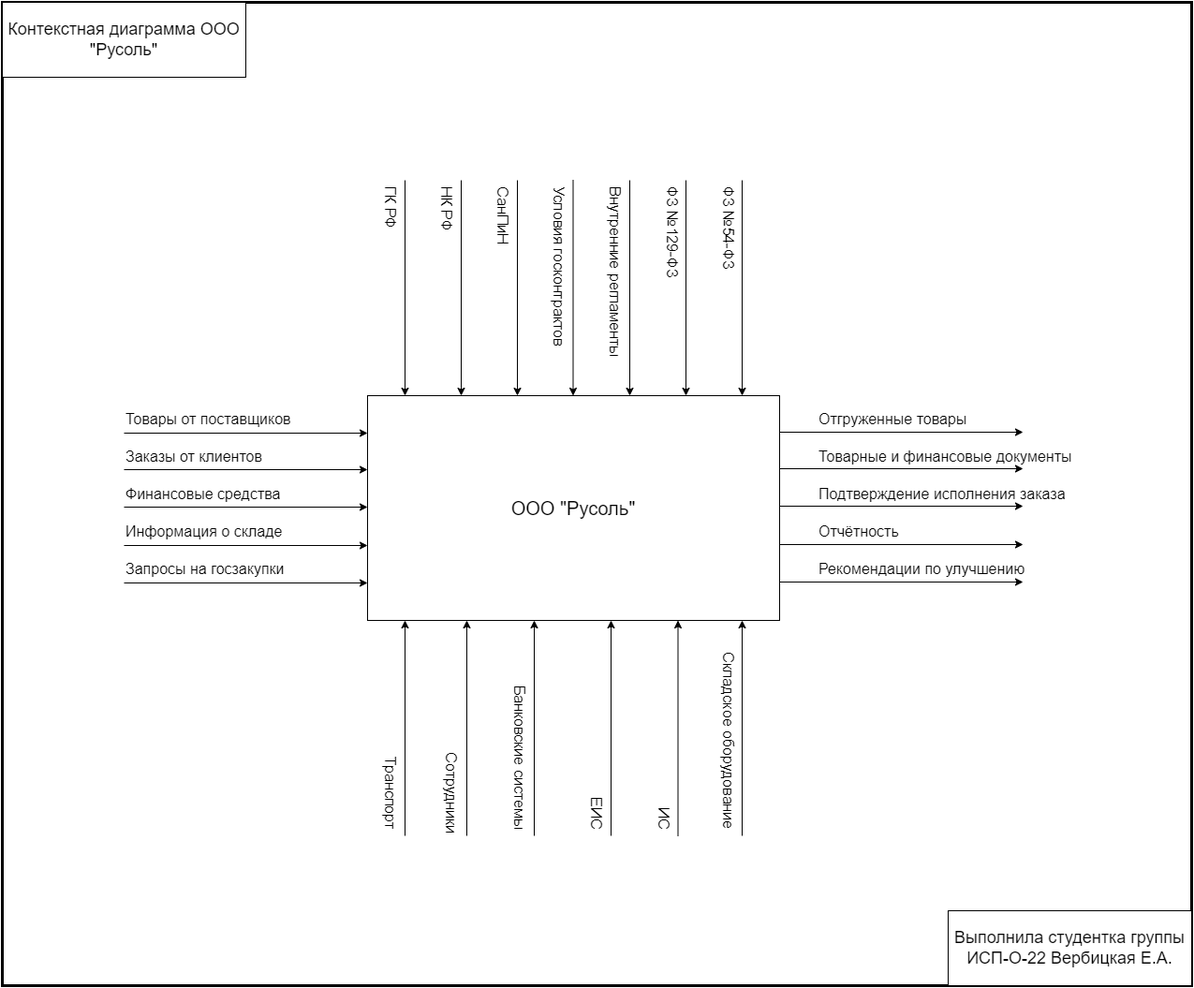
ColdenI/Diploma-IS-wholesale-of-salt keeps this draw.io diagram as media/диаграммы/Диаграммы  - Русоль-контекстная диаграмма.drawio.png. Above is the earlier version. Source tidied: cells renumbered, new cells last; positions are measured from the earlier drawing's top-left corner, leaving out a move shared by most shapes.
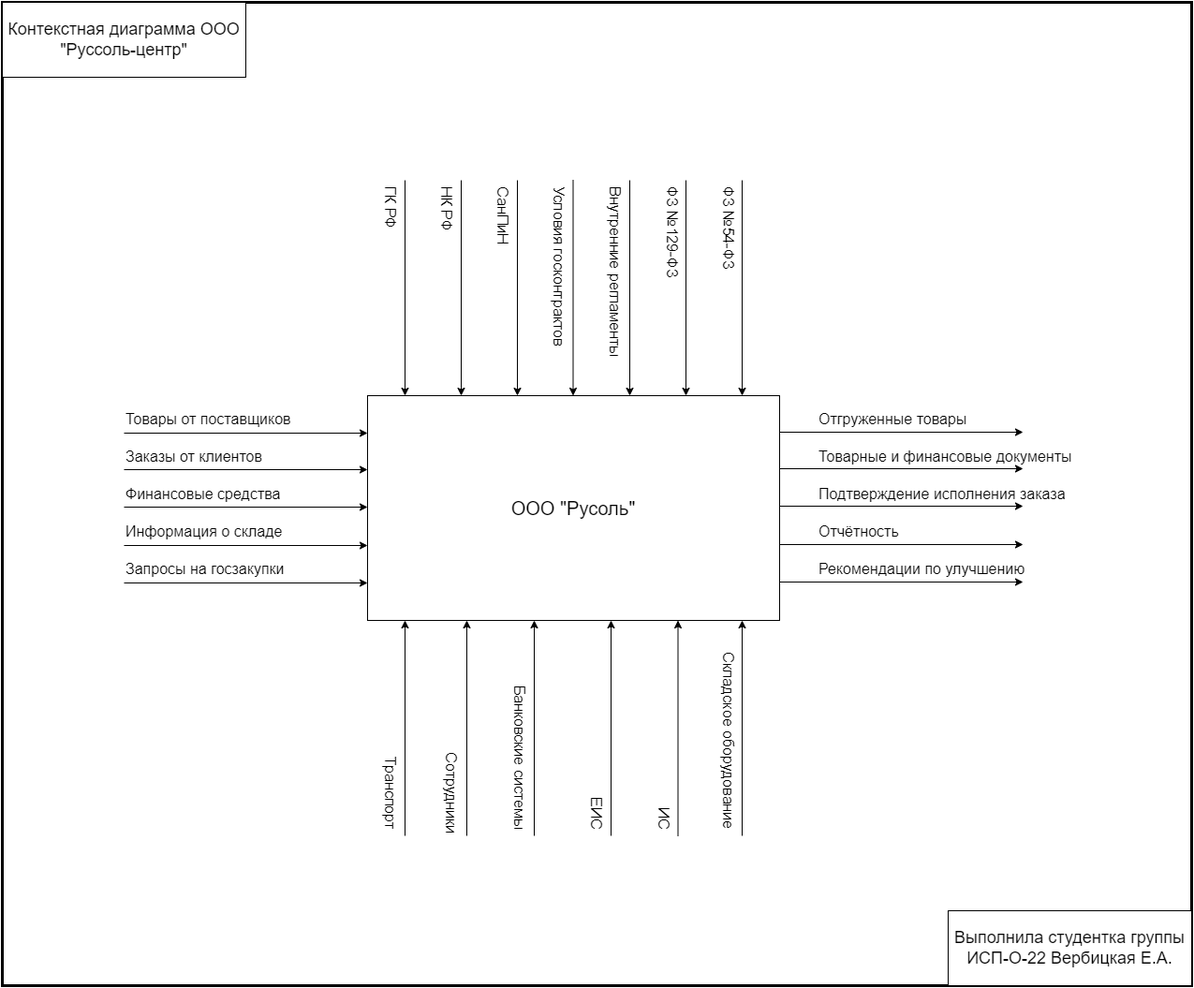
The same diagram one commit later.

What changed in the source:
```diff
@@ -215,7 +215,7 @@
         <mxPoint x="730" y="190" as="targetPoint" />
       </mxGeometry>
     </mxCell>
-    <mxCell id="50" value="&lt;span style=&quot;font-family: &amp;quot;YS Text&amp;quot;, &amp;quot;Helvetica Neue&amp;quot;, Helvetica, Arial, sans-serif; font-size: 18px; text-align: left;&quot;&gt;Контекстная диаграмма ООО &quot;Русоль&quot;&lt;/span&gt;" style="rounded=0;whiteSpace=wrap;html=1;fontColor=default;labelBackgroundColor=none;fontSize=18;" parent="1" vertex="1">
+    <mxCell id="50" value="&lt;span style=&quot;font-family: &amp;quot;YS Text&amp;quot;, &amp;quot;Helvetica Neue&amp;quot;, Helvetica, Arial, sans-serif; font-size: 18px; text-align: left;&quot;&gt;Контекстная диаграмма ООО &quot;Руссоль&lt;/span&gt;&lt;span style=&quot;font-family: &amp;quot;YS Text&amp;quot;, &amp;quot;Helvetica Neue&amp;quot;, Helvetica, Arial, sans-serif; text-align: left;&quot;&gt;-центр&lt;/span&gt;&lt;span style=&quot;font-family: &amp;quot;YS Text&amp;quot;, &amp;quot;Helvetica Neue&amp;quot;, Helvetica, Arial, sans-serif; font-size: 18px; text-align: left;&quot;&gt;&quot;&lt;/span&gt;" style="rounded=0;whiteSpace=wrap;html=1;fontColor=default;labelBackgroundColor=none;fontSize=18;" parent="1" vertex="1">
       <mxGeometry width="260" height="80" as="geometry" />
     </mxCell>
     <mxCell id="51" value="Выполнила студентка группы ИСП-О-22&amp;nbsp;Вербицкая Е.А." style="rounded=0;whiteSpace=wrap;html=1;fontSize=18;" parent="1" vertex="1">
```
